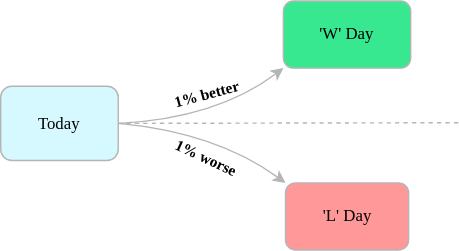
Above: Today_decision.drawio.svg in datkumar/my-diagrams (draw.io), before the change. Source tidied: cells renumbered, new cells last; positions are measured from the earlier drawing's top-left corner, leaving out a move shared by most shapes. The source it was exported from:
```xml
<mxGraphModel>
  <root>
    <mxCell id="0" />
    <mxCell id="1" parent="0" />
    <mxCell id="2" value="Today" style="rounded=1;whiteSpace=wrap;html=1;fillColor=#D6F8FF;strokeColor=#B5B5B5;fontFamily=Rubik;fontStyle=0;fontSource=https%3A%2F%2Ffonts.googleapis.com%2Fcss%3Ffamily%3DRubik;shadow=0;glass=0;" parent="1" vertex="1">
      <mxGeometry y="61" width="84" height="53" as="geometry" />
    </mxCell>
    <mxCell id="3" value="'W' Day" style="whiteSpace=wrap;html=1;fillColor=#38E890;strokeColor=#B5B5B5;fontFamily=Rubik;fontStyle=0;fontSource=https%3A%2F%2Ffonts.googleapis.com%2Fcss%3Ffamily%3DRubik;rounded=1;shadow=0;glass=0;" parent="1" vertex="1">
      <mxGeometry x="202" width="91" height="48" as="geometry" />
    </mxCell>
    <mxCell id="4" value="'L' Day" style="whiteSpace=wrap;html=1;fillColor=#FF9999;strokeColor=#B5B5B5;fontFamily=Rubik;fontStyle=0;fontSource=https%3A%2F%2Ffonts.googleapis.com%2Fcss%3Ffamily%3DRubik;rounded=1;shadow=0;glass=0;" parent="1" vertex="1">
      <mxGeometry x="203.5" y="130" width="88" height="48" as="geometry" />
    </mxCell>
    <mxCell id="5" style="endArrow=classic;html=1;exitX=1;exitY=0.5;exitDx=0;exitDy=0;entryX=0;entryY=1;entryDx=0;entryDy=0;curved=1;fontFamily=Rubik;fontStyle=1;fontSource=https%3A%2F%2Ffonts.googleapis.com%2Fcss%3Ffamily%3DRubik;strokeColor=#B5B5B5;" parent="1" edge="1" source="2" target="3">
      <mxGeometry relative="1" as="geometry">
        <Array as="points">
          <mxPoint x="154" y="84" />
        </Array>
      </mxGeometry>
    </mxCell>
    <mxCell id="6" style="endArrow=classic;html=1;entryX=0;entryY=0;entryDx=0;entryDy=0;exitX=1;exitY=0.5;exitDx=0;exitDy=0;curved=1;fontFamily=Rubik;fontStyle=1;fontSource=https%3A%2F%2Ffonts.googleapis.com%2Fcss%3Ffamily%3DRubik;strokeColor=#B5B5B5;" parent="1" edge="1" source="2" target="4">
      <mxGeometry relative="1" as="geometry">
        <Array as="points">
          <mxPoint x="154" y="94" />
        </Array>
      </mxGeometry>
    </mxCell>
    <mxCell id="7" style="endArrow=none;dashed=1;html=1;rounded=1;labelBackgroundColor=default;strokeColor=#B5B5B5;fontFamily=Rubik;fontSize=11;fontColor=default;shape=connector;curved=1;fontStyle=1;fontSource=https%3A%2F%2Ffonts.googleapis.com%2Fcss%3Ffamily%3DRubik;exitX=1;exitY=0.5;exitDx=0;exitDy=0;" parent="1" edge="1" source="2">
      <mxGeometry relative="1" as="geometry">
        <mxPoint x="327" y="87" as="targetPoint" />
      </mxGeometry>
    </mxCell>
    <mxCell id="8" value="&lt;font&gt;1% better&lt;/font&gt;" style="text;html=1;align=center;verticalAlign=middle;strokeColor=none;fillColor=none;fontSize=11;fontFamily=Rubik;fontColor=default;rotation=-15;fontStyle=1;fontSource=https%3A%2F%2Ffonts.googleapis.com%2Fcss%3Ffamily%3DRubik;" parent="1" vertex="1">
      <mxGeometry x="113" y="54" width="67" height="25" as="geometry" />
    </mxCell>
    <mxCell id="9" value="&lt;b&gt;&lt;font&gt;1% worse&lt;/font&gt;&lt;/b&gt;" style="text;html=1;align=center;verticalAlign=middle;strokeColor=none;fillColor=none;fontSize=11;fontFamily=Rubik;fontColor=default;rotation=25;fontStyle=0;fontSource=https%3A%2F%2Ffonts.googleapis.com%2Fcss%3Ffamily%3DRubik;" parent="1" vertex="1">
      <mxGeometry x="113" y="99" width="67" height="25" as="geometry" />
    </mxCell>
  </root>
</mxGraphModel>
```
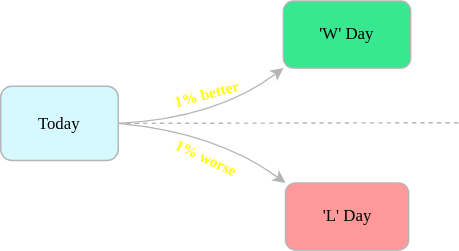
Above is the later version.

The edit, as a diff of the source:
```diff
@@ -30,10 +30,10 @@
         <mxPoint x="327" y="87" as="targetPoint" />
       </mxGeometry>
     </mxCell>
-    <mxCell id="8" value="&lt;font&gt;1% better&lt;/font&gt;" style="text;html=1;align=center;verticalAlign=middle;strokeColor=none;fillColor=none;fontSize=11;fontFamily=Rubik;fontColor=default;rotation=-15;fontStyle=1;fontSource=https%3A%2F%2Ffonts.googleapis.com%2Fcss%3Ffamily%3DRubik;" parent="1" vertex="1">
+    <mxCell id="8" value="&lt;font&gt;1% better&lt;/font&gt;" style="text;html=1;align=center;verticalAlign=middle;strokeColor=none;fillColor=none;fontSize=11;fontFamily=Rubik;fontColor=#FFFF00;rotation=-15;fontStyle=1;fontSource=https%3A%2F%2Ffonts.googleapis.com%2Fcss%3Ffamily%3DRubik;" parent="1" vertex="1">
       <mxGeometry x="113" y="54" width="67" height="25" as="geometry" />
     </mxCell>
-    <mxCell id="9" value="&lt;b&gt;&lt;font&gt;1% worse&lt;/font&gt;&lt;/b&gt;" style="text;html=1;align=center;verticalAlign=middle;strokeColor=none;fillColor=none;fontSize=11;fontFamily=Rubik;fontColor=default;rotation=25;fontStyle=0;fontSource=https%3A%2F%2Ffonts.googleapis.com%2Fcss%3Ffamily%3DRubik;" parent="1" vertex="1">
+    <mxCell id="9" value="&lt;b&gt;&lt;font&gt;1% worse&lt;/font&gt;&lt;/b&gt;" style="text;html=1;align=center;verticalAlign=middle;strokeColor=none;fillColor=none;fontSize=11;fontFamily=Rubik;fontColor=#FFFF00;rotation=25;fontStyle=0;fontSource=https%3A%2F%2Ffonts.googleapis.com%2Fcss%3Ffamily%3DRubik;" parent="1" vertex="1">
       <mxGeometry x="113" y="99" width="67" height="25" as="geometry" />
     </mxCell>
   </root>
```
